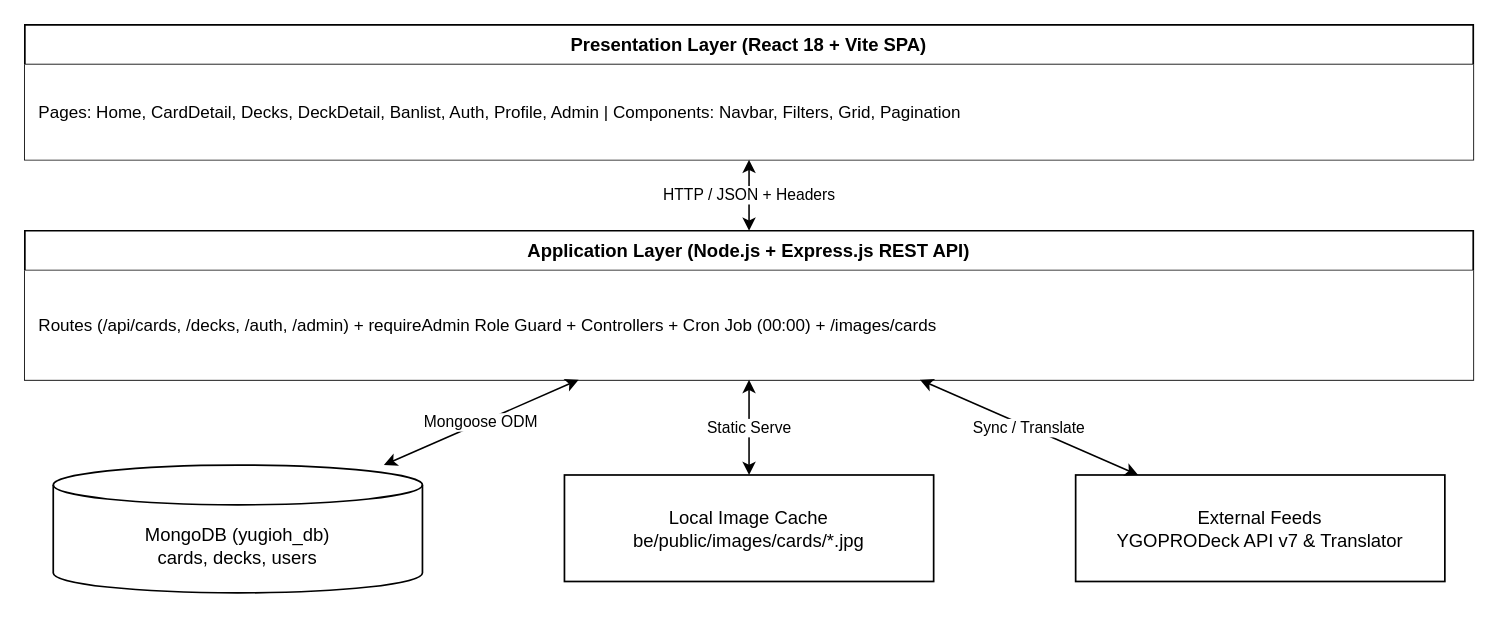
Before: page "1.1 Software Architecture (3-Tier MERN Stack)" (1 of 3) of Tai lieu/Draw.io/SDS_1_High_Level_Design.drawio in minhthanh1806/PROJECT_SDN, a draw.io diagram. Source tidied: cells renumbered, new cells numbered last; positions are measured from the earlier drawing's top-left corner, leaving out a move shared by most shapes. Both pictures are drawn from the tidied source at 142%, with x=0, y=0 at pixel (24, 24).
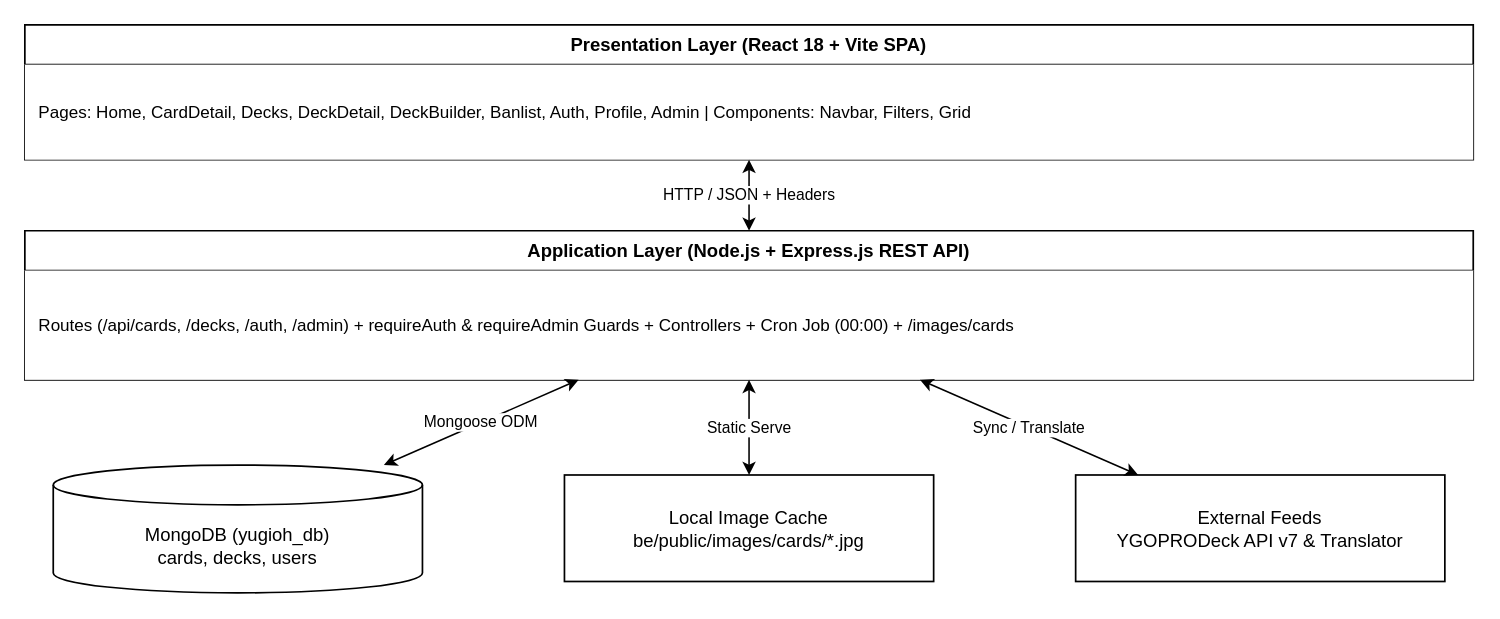
Above is the later version.

The edit, as a diff of the source:
```diff
@@
 <mxGraphModel>
   <root>
     <mxCell id="0" />
     <mxCell id="1" parent="0" />
     <mxCell id="2" value="Presentation Layer (React 18 + Vite SPA)" style="swimlane;fontStyle=1;align=center;verticalAlign=top;horizontal=1;startSize=28;whiteSpace=wrap;html=1;fillColor=#ffffff;strokeColor=#000000;fontColor=#000000;fontSize=13;strokeWidth=1.2;" parent="1" vertex="1">
       <mxGeometry width="1020" height="95" as="geometry" />
     </mxCell>
-    <mxCell id="3" value="Pages: Home, CardDetail, Decks, DeckDetail, Banlist, Auth, Profile, Admin | Components: Navbar, Filters, Grid, Pagination" style="text;strokeColor=none;fillColor=#ffffff;align=left;verticalAlign=middle;spacingLeft=8;whiteSpace=wrap;html=1;fontSize=12;fontColor=#000000;" parent="2" vertex="1">
+    <mxCell id="3" value="Pages: Home, CardDetail, Decks, DeckDetail, DeckBuilder, Banlist, Auth, Profile, Admin | Components: Navbar, Filters, Grid" style="text;strokeColor=none;fillColor=#ffffff;align=left;verticalAlign=middle;spacingLeft=8;whiteSpace=wrap;html=1;fontSize=12;fontColor=#000000;" parent="2" vertex="1">
       <mxGeometry y="28" width="1020" height="67" as="geometry" />
     </mxCell>
     <mxCell id="4" value="Application Layer (Node.js + Express.js REST API)" style="swimlane;fontStyle=1;align=center;verticalAlign=top;horizontal=1;startSize=28;whiteSpace=wrap;html=1;fillColor=#ffffff;strokeColor=#000000;fontColor=#000000;fontSize=13;strokeWidth=1.2;" parent="1" vertex="1">
       <mxGeometry y="145" width="1020" height="105" as="geometry" />
     </mxCell>
-    <mxCell id="5" value="Routes (/api/cards, /decks, /auth, /admin) + requireAdmin Role Guard + Controllers + Cron Job (00:00) + /images/cards" style="text;strokeColor=none;fillColor=#ffffff;align=left;verticalAlign=middle;spacingLeft=8;whiteSpace=wrap;html=1;fontSize=12;fontColor=#000000;" parent="4" vertex="1">
+    <mxCell id="5" value="Routes (/api/cards, /decks, /auth, /admin) + requireAuth &amp; requireAdmin Guards + Controllers + Cron Job (00:00) + /images/cards" style="text;strokeColor=none;fillColor=#ffffff;align=left;verticalAlign=middle;spacingLeft=8;whiteSpace=wrap;html=1;fontSize=12;fontColor=#000000;" parent="4" vertex="1">
       <mxGeometry y="28" width="1020" height="77" as="geometry" />
     </mxCell>
     <mxCell id="6" value="MongoDB (yugioh_db)&lt;br&gt;cards, decks, users" style="shape=cylinder3;whiteSpace=wrap;html=1;boundedLbl=1;backgroundOutline=1;size=14;fillColor=#ffffff;strokeColor=#000000;fontColor=#000000;fontSize=13;strokeWidth=1.2;" parent="1" vertex="1">
       <mxGeometry x="20" y="310" width="260" height="90" as="geometry" />
     </mxCell>
     <mxCell id="7" value="Local Image Cache&lt;br&gt;be/public/images/cards/*.jpg" style="rounded=0;whiteSpace=wrap;html=1;fillColor=#ffffff;strokeColor=#000000;fontColor=#000000;fontSize=13;align=center;verticalAlign=middle;strokeWidth=1.2;" parent="1" vertex="1">
       <mxGeometry x="380" y="317" width="260" height="75" as="geometry" />
     </mxCell>
     <mxCell id="8" value="External Feeds&lt;br&gt;YGOPRODeck API v7 &amp; Translator" style="rounded=0;whiteSpace=wrap;html=1;fillColor=#ffffff;strokeColor=#000000;fontColor=#000000;fontSize=13;align=center;verticalAlign=middle;strokeWidth=1.2;" parent="1" vertex="1">
       <mxGeometry x="740" y="317" width="260" height="75" as="geometry" />
     </mxCell>
     <mxCell id="9" value="HTTP / JSON + Headers" style="rounded=0;html=1;endArrow=classic;endFill=1;startArrow=classic;startFill=1;strokeColor=#000000;fontColor=#000000;fontSize=11;labelBackgroundColor=#ffffff;strokeWidth=1.1;" parent="1" edge="1" source="2" target="4">
       <mxGeometry relative="1" as="geometry" />
     </mxCell>
     <mxCell id="10" value="Mongoose ODM" style="rounded=0;html=1;endArrow=classic;endFill=1;startArrow=classic;startFill=1;strokeColor=#000000;fontColor=#000000;fontSize=11;labelBackgroundColor=#ffffff;strokeWidth=1.1;" parent="1" edge="1" source="4" target="6">
       <mxGeometry relative="1" as="geometry" />
     </mxCell>
     <mxCell id="11" value="Static Serve" style="rounded=0;html=1;endArrow=classic;endFill=1;startArrow=classic;startFill=1;strokeColor=#000000;fontColor=#000000;fontSize=11;labelBackgroundColor=#ffffff;strokeWidth=1.1;" parent="1" edge="1" source="4" target="7">
       <mxGeometry relative="1" as="geometry" />
     </mxCell>
     <mxCell id="12" value="Sync / Translate" style="rounded=0;html=1;endArrow=classic;endFill=1;startArrow=classic;startFill=1;strokeColor=#000000;fontColor=#000000;fontSize=11;labelBackgroundColor=#ffffff;strokeWidth=1.1;" parent="1" edge="1" source="4" target="8">
       <mxGeometry relative="1" as="geometry" />
     </mxCell>
   </root>
 </mxGraphModel>
```
